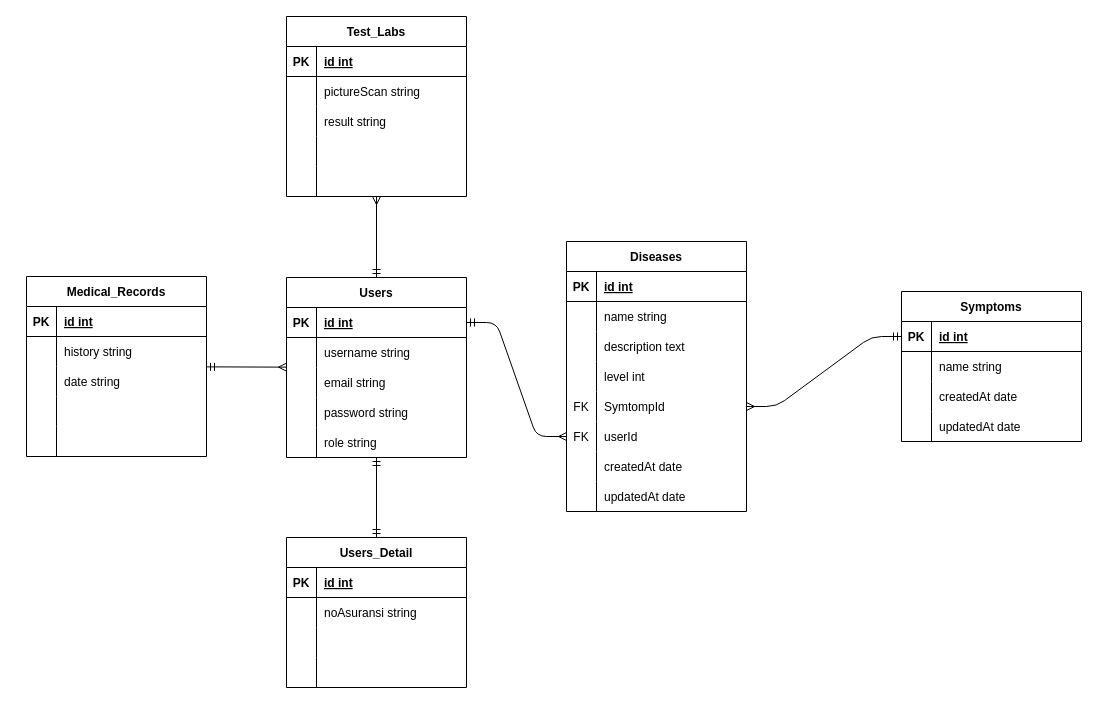
Above: ERD.drawio in yehezkielt/phase1project (draw.io), before the change. Source tidied: cells renumbered, new cells numbered last; positions are measured from the earlier drawing's top-left corner, leaving out a move shared by most shapes. Both pictures are drawn from the tidied source at 100%, with x=0, y=0 at pixel (26, 16).
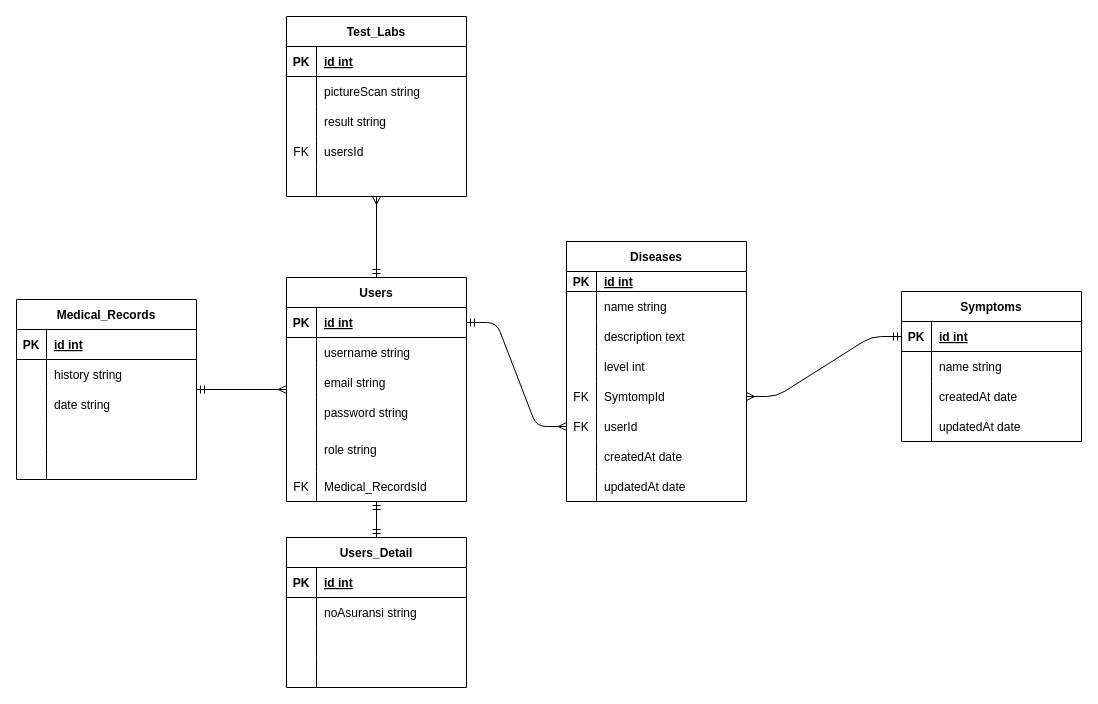
The same diagram, later.

Unchanged cells that the change refers to:
```xml
<mxCell id="87" style="shape=tableRow;horizontal=0;startSize=0;swimlaneHead=0;swimlaneBody=0;fillColor=none;top=0;left=0;right=0;bottom=0;" parent="77" vertex="1">
  <mxGeometry y="120" width="180" height="30" as="geometry" />
</mxCell>
```

Change to the diagram source:
```diff
@@
     <mxCell id="5" value="Users" style="shape=table;startSize=30;childLayout=tableLayout;rowLines=0;fontStyle=1;align=center;" parent="1" vertex="1">
-      <mxGeometry x="260" y="261" width="180" height="180" as="geometry" />
+      <mxGeometry x="260" y="261" width="180" height="224" as="geometry" />
     </mxCell>
@@
     <mxCell id="18" style="shape=tableRow;horizontal=0;startSize=0;swimlaneHead=0;swimlaneBody=0;fillColor=none;top=0;left=0;right=0;bottom=0;" parent="5" vertex="1">
-      <mxGeometry y="150" width="180" height="30" as="geometry" />
+      <mxGeometry y="150" width="180" height="44" as="geometry" />
     </mxCell>
     <mxCell id="19" style="shape=partialRectangle;fillColor=none;top=0;left=0;bottom=0;right=0;overflow=hidden;" parent="18" vertex="1">
-      <mxGeometry width="30" height="30" as="geometry" />
+      <mxGeometry width="30" height="44" as="geometry" />
     </mxCell>
     <mxCell id="20" value="role string" style="shape=partialRectangle;fillColor=none;top=0;left=0;bottom=0;right=0;align=left;spacingLeft=6;overflow=hidden;" parent="18" vertex="1">
-      <mxGeometry x="30" width="150" height="30" as="geometry" />
+      <mxGeometry x="30" width="150" height="44" as="geometry" />
     </mxCell>
+    <mxCell id="106" style="shape=tableRow;horizontal=0;startSize=0;swimlaneHead=0;swimlaneBody=0;fillColor=none;top=0;left=0;right=0;bottom=0;" parent="5" vertex="1">
+      <mxGeometry y="194" width="180" height="30" as="geometry" />
+    </mxCell>
+    <mxCell id="107" value="FK" style="shape=partialRectangle;fillColor=none;top=0;left=0;bottom=0;right=0;overflow=hidden;" parent="106" vertex="1">
+      <mxGeometry width="30" height="30" as="geometry" />
+    </mxCell>
+    <mxCell id="108" value="Medical_RecordsId" style="shape=partialRectangle;fillColor=none;top=0;left=0;bottom=0;right=0;align=left;spacingLeft=6;overflow=hidden;" parent="106" vertex="1">
+      <mxGeometry x="30" width="150" height="30" as="geometry" />
+    </mxCell>
     <mxCell id="21" value="Diseases" style="shape=table;startSize=30;childLayout=tableLayout;rowLines=0;fontStyle=1;align=center;" parent="1" vertex="1">
-      <mxGeometry x="540" y="225" width="180" height="270" as="geometry" />
+      <mxGeometry x="540" y="225" width="180" height="260" as="geometry" />
     </mxCell>
     <mxCell id="22" style="shape=tableRow;horizontal=0;startSize=0;swimlaneHead=0;swimlaneBody=0;fillColor=none;top=0;left=0;right=0;bottom=1;" parent="21" vertex="1">
-      <mxGeometry y="30" width="180" height="30" as="geometry" />
+      <mxGeometry y="30" width="180" height="20" as="geometry" />
     </mxCell>
     <mxCell id="23" value="PK" style="shape=partialRectangle;fillColor=none;top=0;left=0;bottom=0;right=0;fontStyle=1;overflow=hidden;" parent="22" vertex="1">
-      <mxGeometry width="30" height="30" as="geometry" />
+      <mxGeometry width="30" height="20" as="geometry" />
     </mxCell>
     <mxCell id="24" value="id int" style="shape=partialRectangle;fillColor=none;top=0;left=0;bottom=0;right=0;align=left;spacingLeft=6;fontStyle=5;overflow=hidden;" parent="22" vertex="1">
-      <mxGeometry x="30" width="150" height="30" as="geometry" />
+      <mxGeometry x="30" width="150" height="20" as="geometry" />
     </mxCell>
     <mxCell id="25" style="shape=tableRow;horizontal=0;startSize=0;swimlaneHead=0;swimlaneBody=0;fillColor=none;top=0;left=0;right=0;bottom=0;" parent="21" vertex="1">
-      <mxGeometry y="60" width="180" height="30" as="geometry" />
+      <mxGeometry y="50" width="180" height="30" as="geometry" />
     </mxCell>
@@
     <mxCell id="28" style="shape=tableRow;horizontal=0;startSize=0;swimlaneHead=0;swimlaneBody=0;fillColor=none;top=0;left=0;right=0;bottom=0;" parent="21" vertex="1">
-      <mxGeometry y="90" width="180" height="30" as="geometry" />
+      <mxGeometry y="80" width="180" height="30" as="geometry" />
     </mxCell>
@@
     <mxCell id="31" style="shape=tableRow;horizontal=0;startSize=0;swimlaneHead=0;swimlaneBody=0;fillColor=none;top=0;left=0;right=0;bottom=0;" parent="21" vertex="1">
-      <mxGeometry y="120" width="180" height="30" as="geometry" />
+      <mxGeometry y="110" width="180" height="30" as="geometry" />
     </mxCell>
@@
     <mxCell id="34" style="shape=tableRow;horizontal=0;startSize=0;swimlaneHead=0;swimlaneBody=0;fillColor=none;points=[[0,0.5],[1,0.5]];portConstraint=eastwest;top=0;left=0;right=0;bottom=0;" parent="21" vertex="1">
-      <mxGeometry y="150" width="180" height="30" as="geometry" />
+      <mxGeometry y="140" width="180" height="30" as="geometry" />
     </mxCell>
@@
     <mxCell id="37" style="shape=tableRow;horizontal=0;startSize=0;swimlaneHead=0;swimlaneBody=0;fillColor=none;points=[[0,0.5],[1,0.5]];portConstraint=eastwest;top=0;left=0;right=0;bottom=0;" parent="21" vertex="1">
-      <mxGeometry y="180" width="180" height="30" as="geometry" />
+      <mxGeometry y="170" width="180" height="30" as="geometry" />
     </mxCell>
@@
     <mxCell id="40" style="shape=tableRow;horizontal=0;startSize=0;swimlaneHead=0;swimlaneBody=0;fillColor=none;top=0;left=0;right=0;bottom=0;" parent="21" vertex="1">
-      <mxGeometry y="210" width="180" height="30" as="geometry" />
+      <mxGeometry y="200" width="180" height="30" as="geometry" />
     </mxCell>
@@
     <mxCell id="43" style="shape=tableRow;horizontal=0;startSize=0;swimlaneHead=0;swimlaneBody=0;fillColor=none;top=0;left=0;right=0;bottom=0;" parent="21" vertex="1">
-      <mxGeometry y="240" width="180" height="30" as="geometry" />
+      <mxGeometry y="230" width="180" height="30" as="geometry" />
     </mxCell>
@@
     <mxCell id="61" value="Medical_Records" style="shape=table;startSize=30;childLayout=tableLayout;rowLines=0;fontStyle=1;align=center;" parent="1" vertex="1">
-      <mxGeometry y="260" width="180" height="180" as="geometry" />
+      <mxGeometry x="-10" y="283" width="180" height="180" as="geometry" />
     </mxCell>
@@
-    <mxCell id="88" style="shape=partialRectangle;fillColor=none;top=0;left=0;bottom=0;right=0;overflow=hidden;" parent="87" vertex="1">
+    <mxCell id="88" value="FK" style="shape=partialRectangle;fillColor=none;top=0;left=0;bottom=0;right=0;overflow=hidden;" parent="87" vertex="1">
       <mxGeometry width="30" height="30" as="geometry" />
     </mxCell>
-    <mxCell id="89" style="shape=partialRectangle;fillColor=none;top=0;left=0;bottom=0;right=0;align=left;spacingLeft=6;overflow=hidden;" parent="87" vertex="1">
+    <mxCell id="89" value="usersId" style="shape=partialRectangle;fillColor=none;top=0;left=0;bottom=0;right=0;align=left;spacingLeft=6;overflow=hidden;" parent="87" vertex="1">
       <mxGeometry x="30" width="150" height="30" as="geometry" />
     </mxCell>
```
